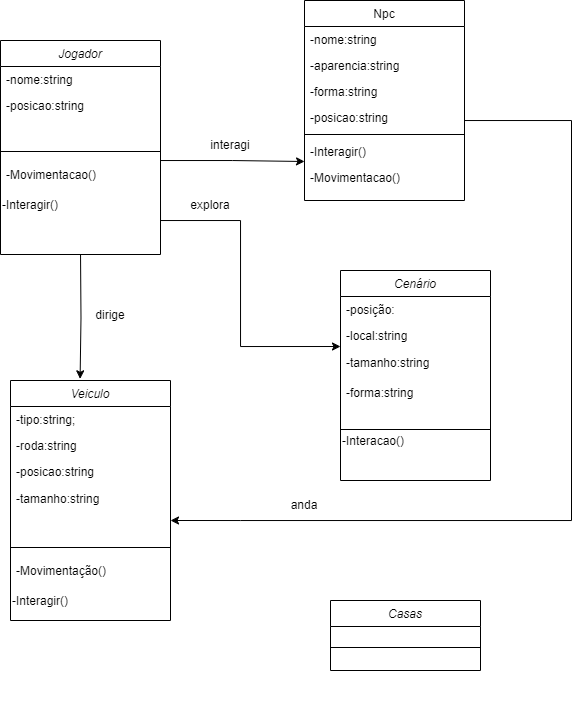
Before: diagrama musical.drawio.png, a diagram exported from draw.io (lucasnoelgb/2jdprojetomusica). Source tidied: cells renumbered, new cells last; positions are measured from the earlier drawing's top-left corner, leaving out a move shared by most shapes.
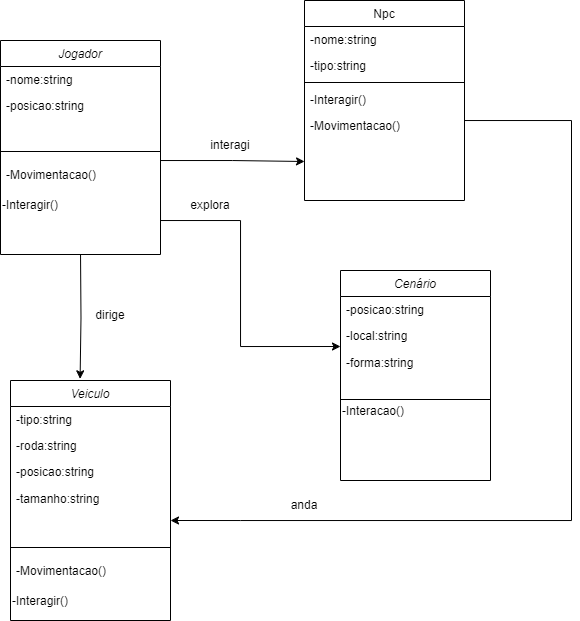
After the commit.

Change to the diagram source:
```diff
@@ -46,14 +46,12 @@
     <mxCell id="11" value="-nome:string&#10;" style="text;align=left;verticalAlign=top;spacingLeft=4;spacingRight=4;overflow=hidden;" parent="10" vertex="1">
       <mxGeometry y="26" width="160" height="26" as="geometry" />
     </mxCell>
-    <mxCell id="12" value="-aparencia:string&#10;" style="text;align=left;verticalAlign=top;spacingLeft=4;spacingRight=4;overflow=hidden;rounded=0;shadow=0;html=0;" parent="10" vertex="1">
-      <mxGeometry y="52" width="160" height="26" as="geometry" />
-    </mxCell>
-    <mxCell id="13" value="-forma:string" style="text;align=left;verticalAlign=top;spacingLeft=4;spacingRight=4;overflow=hidden;rounded=0;shadow=0;html=0;" parent="10" vertex="1">
-      <mxGeometry y="78" width="160" height="26" as="geometry" />
+    <mxCell id="13" value="-tipo:string" style="text;align=left;verticalAlign=top;spacingLeft=4;spacingRight=4;overflow=hidden;rounded=0;shadow=0;html=0;" parent="10" vertex="1">
+      <mxGeometry y="52" width="160" height="26" as="geometry" />
     </mxCell>
-    <mxCell id="14" style="edgeStyle=orthogonalEdgeStyle;rounded=0;jettySize=auto;html=1;" parent="10" edge="1" source="15">
+    <mxCell id="14" style="edgeStyle=orthogonalEdgeStyle;rounded=0;orthogonalLoop=1;jettySize=auto;html=1;" parent="10" edge="1">
       <mxGeometry relative="1" as="geometry">
+        <mxPoint x="160" y="120" as="sourcePoint" />
         <mxPoint x="-134" y="520" as="targetPoint" />
         <Array as="points">
           <mxPoint x="267" y="120" />
@@ -62,46 +60,40 @@
         </Array>
       </mxGeometry>
     </mxCell>
-    <mxCell id="15" value="-posicao:string" style="text;align=left;verticalAlign=top;spacingLeft=4;spacingRight=4;overflow=hidden;points=[[0,0.5],[1,0.5]];portConstraint=eastwest;rounded=0;shadow=0;html=0;" parent="10" vertex="1">
-      <mxGeometry y="104" width="160" height="26" as="geometry" />
-    </mxCell>
     <mxCell id="16" style="line;html=1;strokeWidth=1;align=left;verticalAlign=middle;spacingTop=-1;spacingLeft=3;spacingRight=3;labelPosition=right;" parent="10" vertex="1">
-      <mxGeometry y="130" width="160" height="8" as="geometry" />
+      <mxGeometry y="78" width="160" height="8" as="geometry" />
     </mxCell>
     <mxCell id="17" value="-Interagir()" style="text;align=left;verticalAlign=top;spacingLeft=4;spacingRight=4;overflow=hidden;" parent="10" vertex="1">
-      <mxGeometry y="138" width="160" height="26" as="geometry" />
+      <mxGeometry y="86" width="160" height="26" as="geometry" />
     </mxCell>
     <mxCell id="18" value="-Movimentacao()" style="text;align=left;verticalAlign=top;spacingLeft=4;spacingRight=4;overflow=hidden;" parent="10" vertex="1">
-      <mxGeometry y="164" width="160" height="26" as="geometry" />
+      <mxGeometry y="112" width="160" height="26" as="geometry" />
     </mxCell>
     <mxCell id="19" value="Cenário" style="swimlane;fontStyle=2;align=center;verticalAlign=top;horizontal=1;startSize=26;rounded=0;shadow=0;strokeWidth=1;" parent="1" vertex="1">
       <mxGeometry x="340" y="270" width="150" height="210" as="geometry" />
     </mxCell>
-    <mxCell id="20" value="-posição:" style="text;align=left;verticalAlign=top;spacingLeft=4;spacingRight=4;overflow=hidden;" parent="19" vertex="1">
+    <mxCell id="20" value="-posicao:string" style="text;align=left;verticalAlign=top;spacingLeft=4;spacingRight=4;overflow=hidden;" parent="19" vertex="1">
       <mxGeometry y="26" width="150" height="26" as="geometry" />
     </mxCell>
     <mxCell id="21" value="-local:string " style="text;align=left;verticalAlign=top;spacingLeft=4;spacingRight=4;overflow=hidden;rounded=0;shadow=0;html=0;" parent="19" vertex="1">
       <mxGeometry y="52" width="150" height="26" as="geometry" />
     </mxCell>
-    <mxCell id="22" value="-tamanho:string" style="text;html=1;align=left;verticalAlign=middle;strokeColor=none;fillColor=none;spacingLeft=4;" parent="19" vertex="1">
-      <mxGeometry y="78" width="150" height="30" as="geometry" />
-    </mxCell>
     <mxCell id="23" value="-forma:string" style="text;html=1;align=left;verticalAlign=middle;strokeColor=none;fillColor=none;spacingLeft=4;" parent="19" vertex="1">
-      <mxGeometry y="108" width="150" height="30" as="geometry" />
+      <mxGeometry y="78" width="150" height="30" as="geometry" />
     </mxCell>
     <mxCell id="24" style="edgeStyle=orthogonalEdgeStyle;rounded=0;orthogonalLoop=1;jettySize=auto;html=1;exitX=0.5;exitY=1;exitDx=0;exitDy=0;" parent="19" edge="1" source="26" target="26">
       <mxGeometry relative="1" as="geometry" />
     </mxCell>
     <mxCell id="25" style="line;html=1;strokeWidth=1;align=left;verticalAlign=middle;spacingTop=-1;spacingLeft=3;spacingRight=3;labelPosition=right;" parent="19" vertex="1">
-      <mxGeometry y="138" width="150" height="42" as="geometry" />
+      <mxGeometry y="108" width="150" height="42" as="geometry" />
     </mxCell>
     <mxCell id="26" value="-Interacao()" style="text;html=1;strokeColor=none;fillColor=none;align=left;verticalAlign=bottom;whiteSpace=wrap;rounded=0;horizontal=1;labelPosition=center;verticalLabelPosition=top;" parent="19" vertex="1">
-      <mxGeometry y="180" width="150" height="30" as="geometry" />
+      <mxGeometry y="150" width="150" height="30" as="geometry" />
     </mxCell>
     <mxCell id="27" value="Veiculo" style="swimlane;fontStyle=2;align=center;verticalAlign=top;horizontal=1;startSize=26;rounded=0;shadow=0;strokeWidth=1;" parent="1" vertex="1">
       <mxGeometry x="10" y="380" width="160" height="240" as="geometry" />
     </mxCell>
-    <mxCell id="28" value="-tipo:string;" style="text;align=left;verticalAlign=top;spacingLeft=4;spacingRight=4;overflow=hidden;" parent="27" vertex="1">
+    <mxCell id="28" value="-tipo:string" style="text;align=left;verticalAlign=top;spacingLeft=4;spacingRight=4;overflow=hidden;" parent="27" vertex="1">
       <mxGeometry y="26" width="160" height="26" as="geometry" />
     </mxCell>
     <mxCell id="29" value="-roda:string" style="text;align=left;verticalAlign=top;spacingLeft=4;spacingRight=4;overflow=hidden;rounded=0;shadow=0;html=0;" parent="27" vertex="1">
@@ -116,7 +108,7 @@
     <mxCell id="32" style="line;html=1;strokeWidth=1;align=left;verticalAlign=middle;spacingTop=-1;spacingLeft=3;spacingRight=3;labelPosition=right;" parent="27" vertex="1">
       <mxGeometry y="134" width="160" height="66" as="geometry" />
     </mxCell>
-    <mxCell id="33" value="-Movimentação()" style="text;align=left;verticalAlign=bottom;spacingLeft=4;spacingRight=4;overflow=hidden;labelPosition=center;verticalLabelPosition=top;" parent="27" vertex="1">
+    <mxCell id="33" value="-Movimentacao()" style="text;align=left;verticalAlign=bottom;spacingLeft=4;spacingRight=4;overflow=hidden;labelPosition=center;verticalLabelPosition=top;" parent="27" vertex="1">
       <mxGeometry y="200" width="160" height="30" as="geometry" />
     </mxCell>
     <mxCell id="34" value="-Interagir()" style="text;html=1;strokeColor=none;fillColor=none;align=left;verticalAlign=bottom;whiteSpace=wrap;rounded=0;labelPosition=center;verticalLabelPosition=top;" parent="27" vertex="1">
@@ -139,17 +131,5 @@
     <mxCell id="39" value="interagi" style="text;html=1;strokeColor=none;fillColor=none;align=center;verticalAlign=middle;whiteSpace=wrap;rounded=0;" parent="1" vertex="1">
       <mxGeometry x="200" y="130" width="60" height="30" as="geometry" />
     </mxCell>
-    <mxCell id="40" value="Casas" style="swimlane;fontStyle=2;align=center;verticalAlign=top;horizontal=1;startSize=26;rounded=0;shadow=0;strokeWidth=1;" parent="1" vertex="1">
-      <mxGeometry x="330" y="600" width="150" height="70" as="geometry" />
-    </mxCell>
-    <mxCell id="41" style="edgeStyle=orthogonalEdgeStyle;rounded=0;orthogonalLoop=1;jettySize=auto;html=1;exitX=0.5;exitY=1;exitDx=0;exitDy=0;" parent="40" edge="1">
-      <mxGeometry relative="1" as="geometry">
-        <mxPoint x="75" y="98" as="sourcePoint" />
-        <mxPoint x="75" y="98" as="targetPoint" />
-      </mxGeometry>
-    </mxCell>
-    <mxCell id="42" style="line;html=1;strokeWidth=1;align=left;verticalAlign=middle;spacingTop=-1;spacingLeft=3;spacingRight=3;labelPosition=right;" parent="40" vertex="1">
-      <mxGeometry y="26" width="150" height="42" as="geometry" />
-    </mxCell>
   </root>
 </mxGraphModel>
```
